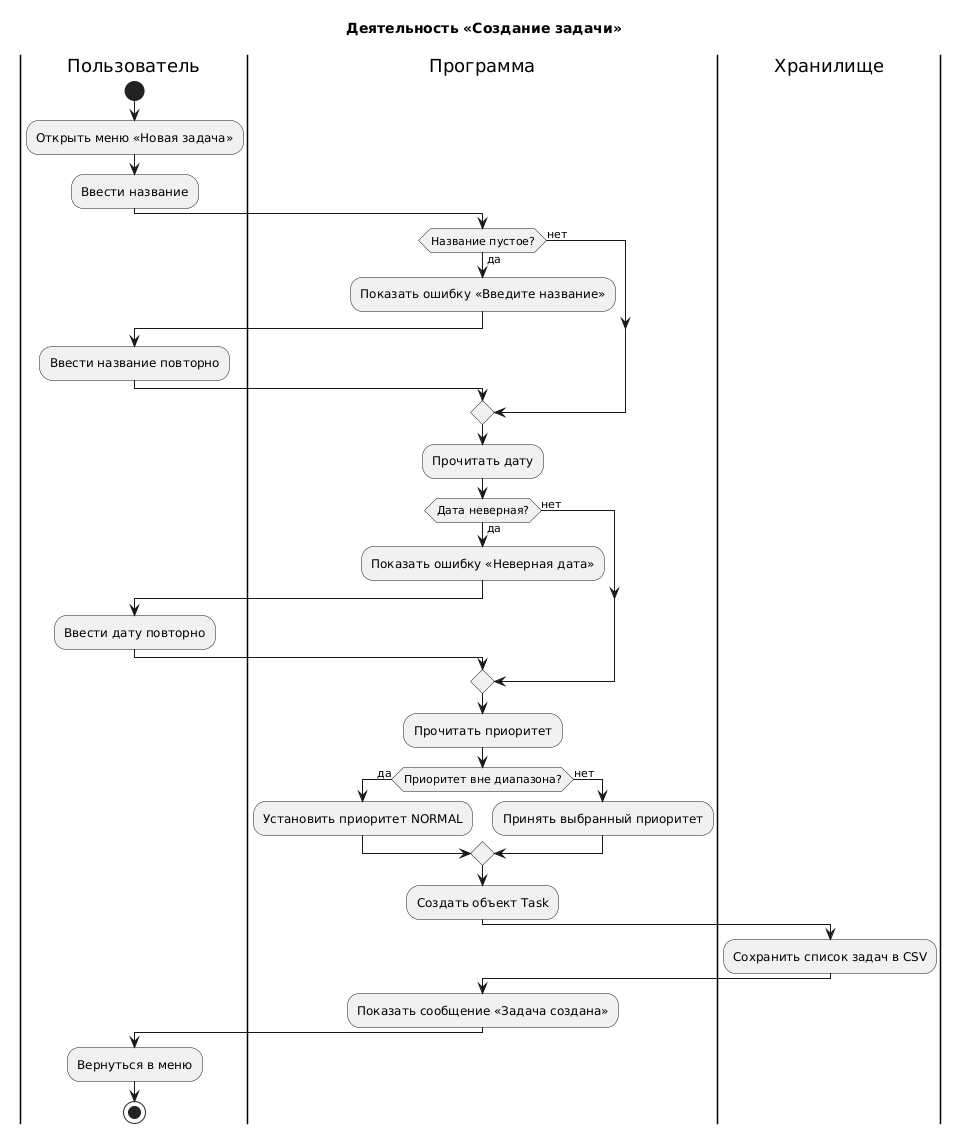
Ruslan1209/TaskFlow keeps this PlantUML diagram as docs/uml/03_activity_create.png. Above is the earlier version. Source of this version:
```plantuml
@startuml
title Деятельность «Создание задачи»

|Пользователь|
start
:Открыть меню «Новая задача»;
:Ввести название;
|Программа|
if (Название пустое?) then (да)
  :Показать ошибку «Введите название»;
  |Пользователь|
  :Ввести название повторно;
  |Программа|
else (нет)
endif
:Прочитать дату;
if (Дата неверная?) then (да)
  :Показать ошибку «Неверная дата»;
  |Пользователь|
  :Ввести дату повторно;
  |Программа|
else (нет)
endif
:Прочитать приоритет;
if (Приоритет вне диапазона?) then (да)
  :Установить приоритет NORMAL;
else (нет)
  :Принять выбранный приоритет;
endif
:Создать объект Task;
|Хранилище|
:Сохранить список задач в CSV;
|Программа|
:Показать сообщение «Задача создана»;
|Пользователь|
:Вернуться в меню;
stop
@enduml
```
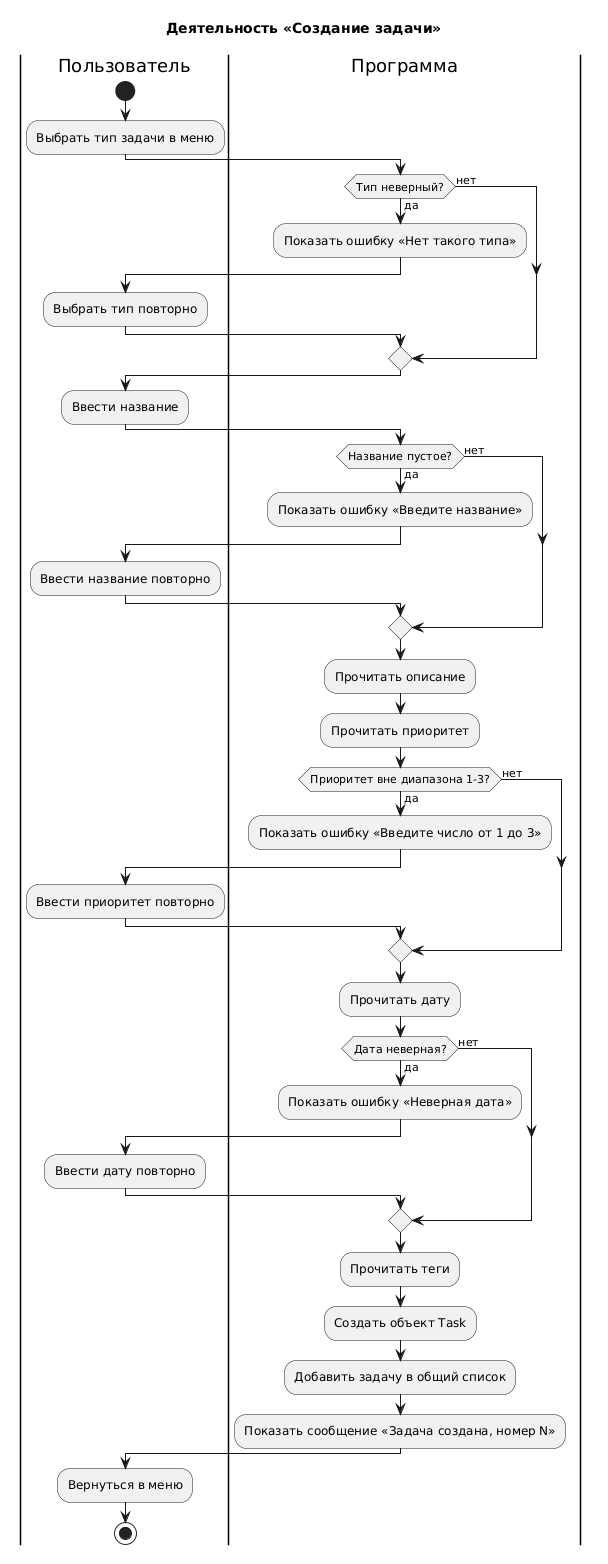
After the change.

The edit, as a diff of the source:
```diff
@@ -3,13 +3,31 @@
 
 |Пользователь|
 start
-:Открыть меню «Новая задача»;
+:Выбрать тип задачи в меню;
+|Программа|
+if (Тип неверный?) then (да)
+  :Показать ошибку «Нет такого типа»;
+  |Пользователь|
+  :Выбрать тип повторно;
+  |Программа|
+else (нет)
+endif
+|Пользователь|
 :Ввести название;
 |Программа|
 if (Название пустое?) then (да)
   :Показать ошибку «Введите название»;
   |Пользователь|
   :Ввести название повторно;
+  |Программа|
+else (нет)
+endif
+:Прочитать описание;
+:Прочитать приоритет;
+if (Приоритет вне диапазона 1-3?) then (да)
+  :Показать ошибку «Введите число от 1 до 3»;
+  |Пользователь|
+  :Ввести приоритет повторно;
   |Программа|
 else (нет)
 endif
@@ -21,17 +39,10 @@
   |Программа|
 else (нет)
 endif
-:Прочитать приоритет;
-if (Приоритет вне диапазона?) then (да)
-  :Установить приоритет NORMAL;
-else (нет)
-  :Принять выбранный приоритет;
-endif
+:Прочитать теги;
 :Создать объект Task;
-|Хранилище|
-:Сохранить список задач в CSV;
-|Программа|
-:Показать сообщение «Задача создана»;
+:Добавить задачу в общий список;
+:Показать сообщение «Задача создана, номер N»;
 |Пользователь|
 :Вернуться в меню;
 stop
```
